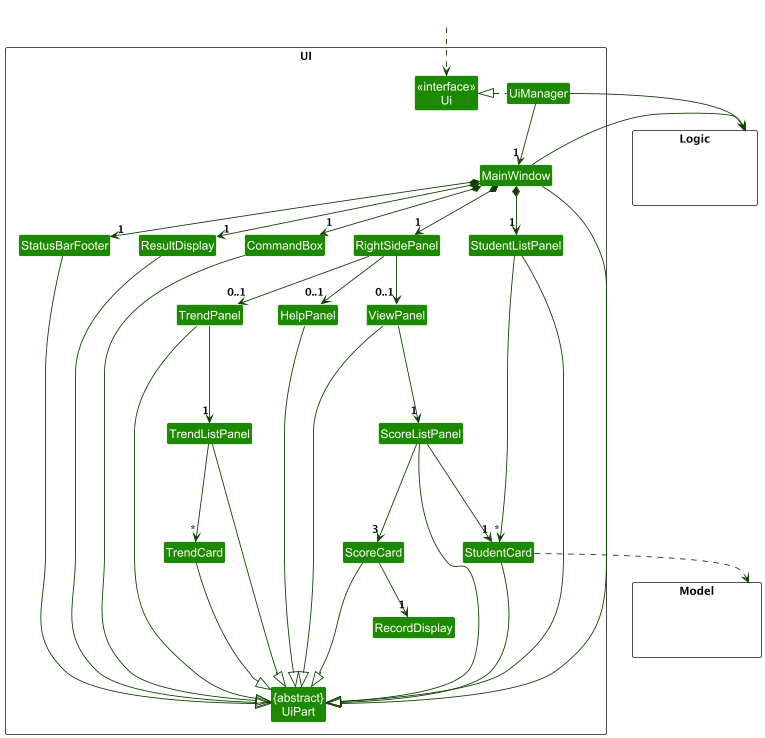
Before: docs/images/UiClassDiagram.png, a diagram exported from PlantUML (kailermai/tp).
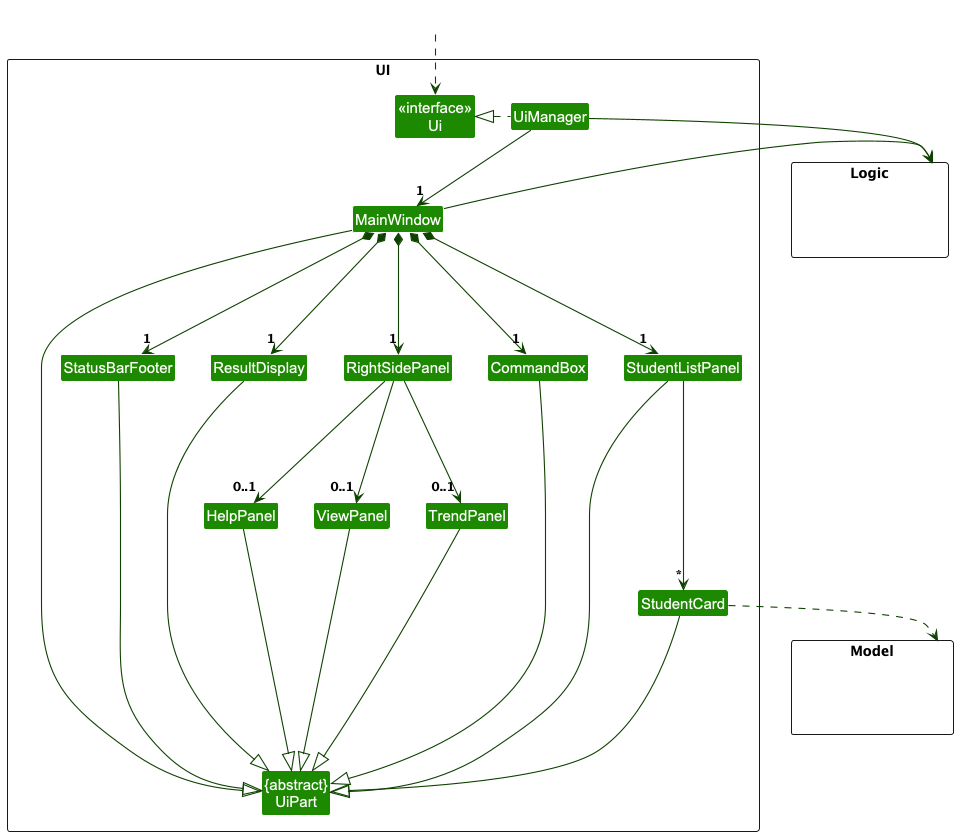
Above is the later version.

Commit message:
Declutter Ui class diagram

What changed in the source:
```diff
@@ -12,16 +12,11 @@
 Class ResultDisplay
 Class StudentListPanel
 Class StatusBarFooter
-Class CommandBox
 Class RightSidePanel
 Class HelpPanel
 Class TrendPanel
-Class TrendListPanel
-Class TrendCard
 Class ViewPanel
-Class ScoreListPanel
-Class ScoreCard
-Class RecordDisplay
+Class CommandBox
 Class StudentCard
 }
 
@@ -38,46 +33,36 @@
 
 UiManager .left.|> Ui
 UiManager -down-> "1" MainWindow
-MainWindow *-down->  "1" CommandBox
-MainWindow *-down-> "1" ResultDisplay
-MainWindow *-down-> "1" StudentListPanel
-MainWindow *-down-> "1" StatusBarFooter
-MainWindow *-down-> "1" RightSidePanel
-MainWindow -left-|> UiPart
-RightSidePanel --> "0..1" HelpPanel
+MainWindow *-down--> "1" StatusBarFooter
+MainWindow *-down--> "1" ResultDisplay
+MainWindow *-down--> "1" RightSidePanel
+MainWindow *-down-->  "1" CommandBox
+MainWindow *-down--> "1" StudentListPanel
+MainWindow -left--|> UiPart
 
-RightSidePanel -right-> "0..1" TrendPanel
-TrendPanel -down--> "1"TrendListPanel
-TrendListPanel -down--> "*"TrendCard
+RightSidePanel ---> "0..1" HelpPanel
+RightSidePanel ---> "0..1" TrendPanel
+RightSidePanel ---> "0..1" ViewPanel
 
-RightSidePanel -left-> "0..1" ViewPanel
-ViewPanel -down--> "1" ScoreListPanel
-ScoreListPanel -down--> "1" StudentCard
-ScoreListPanel -down--> "3" ScoreCard
-ScoreCard -down-> "1" RecordDisplay
 StudentListPanel -down-> "*" StudentCard
 
-ResultDisplay --|> UiPart
-CommandBox --|> UiPart
-StudentListPanel --|> UiPart
+ResultDisplay ---|> UiPart
+CommandBox ---|> UiPart
+StudentListPanel ----|> UiPart
 StudentCard ---|> UiPart
-StatusBarFooter ---|> UiPart
-HelpPanel --|> UiPart
-ViewPanel --|> UiPart
-ScoreListPanel --|> UiPart
-ScoreCard --|> UiPart
-TrendPanel --|> UiPart
-TrendListPanel --|> UiPart
-TrendCard ---|> UiPart
+StatusBarFooter ----|> UiPart
+HelpPanel ----|> UiPart
+ViewPanel ----|> UiPart
+TrendPanel ----|> UiPart
 
 StudentCard ..> Model
 UiManager -right-> Logic
 MainWindow -right-> Logic
 
+StudentListPanel -[hidden]left- CommandBox
+RightSidePanel -[hidden]left- ResultDisplay
 StudentListPanel -[hidden]left- RightSidePanel
-RightSidePanel -[hidden]left- CommandBox
-StudentListPanel -[hidden]left- RightSidePanel
-CommandBox -[hidden]left- ResultDisplay
+CommandBox -[hidden]left- RightSidePanel
 ResultDisplay -[hidden]left- StatusBarFooter
 ViewPanel -[hidden]left- HelpPanel
 
```
